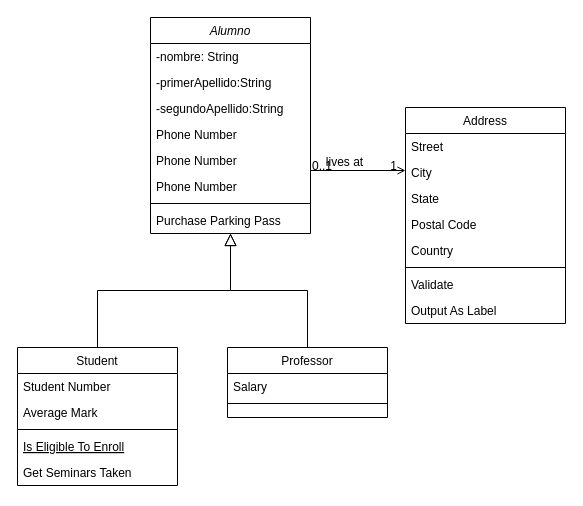
Earlier version of the draw.io diagram Untitled Diagram.drawio (a2772/J-001-ProyectosCurso). Source tidied: cells renumbered, new cells numbered last; positions are measured from the earlier drawing's top-left corner, leaving out a move shared by most shapes. Both pictures are drawn from the tidied source at 100%, with x=0, y=0 at pixel (17, 17).
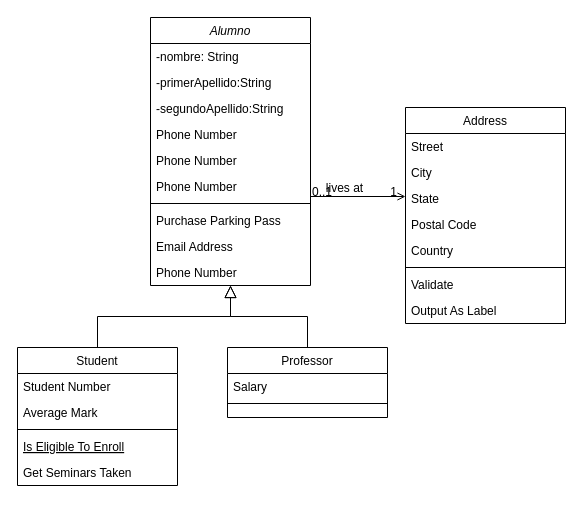
After the change.

The edit, as a diff of the source:
```diff
@@
     <mxCell id="2" value="Alumno" style="swimlane;fontStyle=2;align=center;verticalAlign=top;horizontal=1;startSize=26;rounded=0;shadow=0;strokeWidth=1;" parent="1" vertex="1">
-      <mxGeometry x="133" width="160" height="216" as="geometry" />
+      <mxGeometry x="133" width="160" height="268" as="geometry" />
     </mxCell>
@@
+    <mxCell id="35" value="Email Address" style="text;align=left;verticalAlign=top;spacingLeft=4;spacingRight=4;overflow=hidden;rounded=0;shadow=0;html=0;" parent="2" vertex="1">
+      <mxGeometry y="216" width="160" height="26" as="geometry" />
+    </mxCell>
+    <mxCell id="36" value="Phone Number" style="text;align=left;verticalAlign=top;spacingLeft=4;spacingRight=4;overflow=hidden;rounded=0;shadow=0;html=0;" parent="2" vertex="1">
+      <mxGeometry y="242" width="160" height="26" as="geometry" />
+    </mxCell>
```
